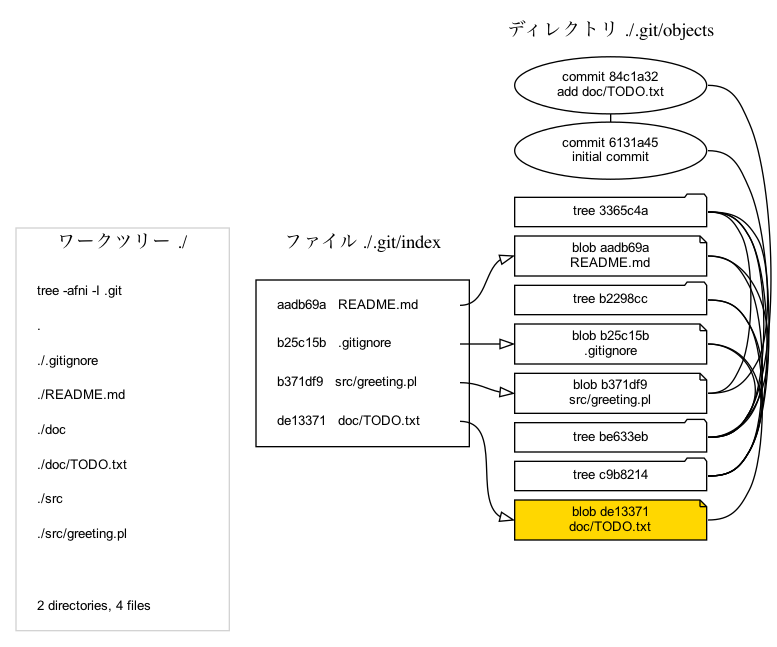
This is dessin/figure.png from kazurayam/kazurayam-git-repository-visitor, a Graphviz export, as it was before one commit. Its source is kept beside it as dessin/figure.dot. Source of this version:
```dot
digraph index {
	node [fillcolor=white fontname=arial fontsize=10 height=0.3 shape=note style=filled width=2]
	edge [arrowhead=onormal constraint=true fontname=arial fontsize=10]
	graph [layout=dot nodesep=0.3 rank=max rankdir=LR ranksep=0.5 splines=ortho]
	compound=true splines=true
	subgraph cluster_worktree {
		color=lightgrey label="ワークツリー ./"
		anchor_wt [label="" shape=point style=invis width=0]
		w_1 [label="tree -afni -I .git\l" color=white fillcolor=white fixedsize=false height=0.2 shape=rectangle]
		w_2 [label=".\l" color=white fillcolor=white fixedsize=false height=0.2 shape=rectangle]
		w_3 [label="./.gitignore\l" color=white fillcolor=white fixedsize=false height=0.2 shape=rectangle]
		w_4 [label="./README.md\l" color=white fillcolor=white fixedsize=false height=0.2 shape=rectangle]
		w_5 [label="./doc\l" color=white fillcolor=white fixedsize=false height=0.2 shape=rectangle]
		w_6 [label="./doc/TODO.txt\l" color=white fillcolor=white fixedsize=false height=0.2 shape=rectangle]
		w_7 [label="./src\l" color=white fillcolor=white fixedsize=false height=0.2 shape=rectangle]
		w_8 [label="./src/greeting.pl\l" color=white fillcolor=white fixedsize=false height=0.2 shape=rectangle]
		w_9 [label="\l" color=white fillcolor=white fixedsize=false height=0.2 shape=rectangle]
		w_10 [label="2 directories, 4 files\l" color=white fillcolor=white fixedsize=false height=0.2 shape=rectangle]
	}
	j_84c1a32 -> j_6131a45 [arrowhead=none constraint=false]
	subgraph cluster_objects {
		color=white label="ディレクトリ ./.git/objects"
		anchor_objects [shape=point style=invis width=0]
		j_3365c4a [label="tree 3365c4a" shape=folder]
		j_6131a45 [label="commit 6131a45\ninitial commit" shape=ellipse]
		j_84c1a32 [label="commit 84c1a32\nadd doc/TODO.txt" shape=ellipse]
		j_aadb69a [label="blob aadb69a\nREADME.md"]
		j_b2298cc [label="tree b2298cc" shape=folder]
		j_b25c15b [label="blob b25c15b\n.gitignore"]
		j_b371df9 [label="blob b371df9\nsrc/greeting.pl"]
		j_be633eb [label="tree be633eb" shape=folder]
		j_c9b8214 [label="tree c9b8214" shape=folder]
		j_de13371 [label="blob de13371\ndoc/TODO.txt"]
		j_84c1a32:e -> j_be633eb:e [arrowhead=none constraint=false]
		j_be633eb:e -> j_b25c15b:e [arrowhead=none constraint=false]
		j_be633eb:e -> j_aadb69a:e [arrowhead=none constraint=false]
		j_be633eb:e -> j_b2298cc:e [arrowhead=none constraint=false]
		j_be633eb:e -> j_3365c4a:e [arrowhead=none constraint=false]
		j_b2298cc:e -> j_de13371:e [arrowhead=none constraint=false]
		j_3365c4a:e -> j_b371df9:e [arrowhead=none constraint=false]
		j_6131a45:e -> j_c9b8214:e [arrowhead=none constraint=false]
		j_c9b8214:e -> j_b25c15b:e [arrowhead=none constraint=false]
		j_c9b8214:e -> j_aadb69a:e [arrowhead=none constraint=false]
		j_c9b8214:e -> j_3365c4a:e [arrowhead=none constraint=false]
		j_3365c4a:e -> j_b371df9:e [arrowhead=none constraint=false]
	}
	graph [nodesep=0.1]
	x_b25c15b:e -> j_b25c15b:w
	x_aadb69a:e -> j_aadb69a:w
	x_de13371:e -> j_de13371:w
	x_b371df9:e -> j_b371df9:w
	subgraph cluster_index {
		color=white label="ファイル ./.git/index"
		anchor_index [shape=point style=invis width=0]
		subgraph cluster_index_content {
			color=black label=""
			x_b25c15b [label="b25c15b   .gitignore\l" color=white shape=rectangle]
			x_aadb69a [label="aadb69a   README.md\l" color=white shape=rectangle]
			x_de13371 [label="de13371   doc/TODO.txt\l" color=white shape=rectangle]
			x_b371df9 [label="b371df9   src/greeting.pl\l" color=white shape=rectangle]
		}
	}
	anchor_wt -> anchor_index [lhead=cluster_index ltail=cluster_worktree style=invis]
	anchor_index -> anchor_objects [lhead=cluster_objects ltail=cluster_index style=invis]
	j_de13371 [fillcolor=gold]
}
```
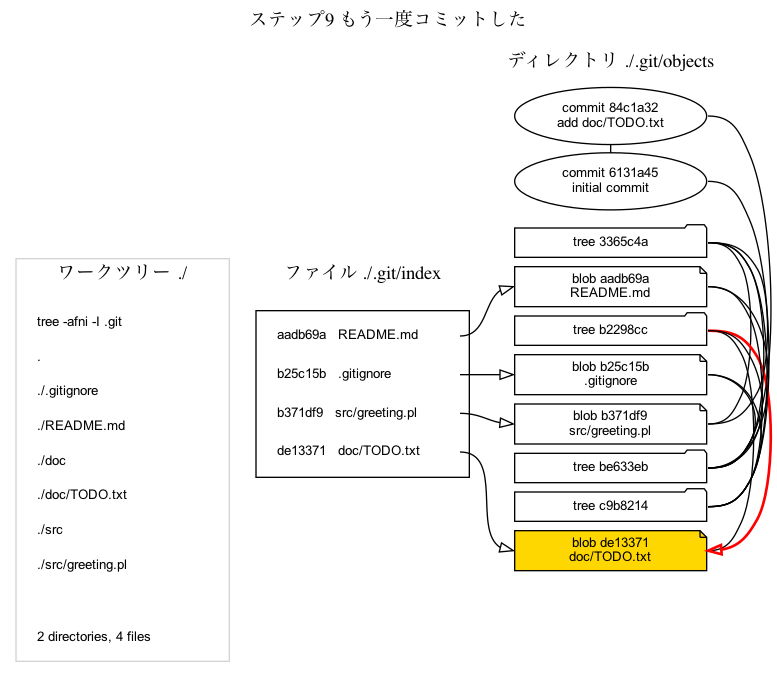
The same file after the commit.

What changed in the source:
```diff
@@ -1,4 +1,5 @@
 digraph index {
+    label="ステップ9 もう一度コミットした" labelloc="t"
 	node [fillcolor=white fontname=arial fontsize=10 height=0.3 shape=note style=filled width=2]
 	edge [arrowhead=onormal constraint=true fontname=arial fontsize=10]
 	graph [layout=dot nodesep=0.3 rank=max rankdir=LR ranksep=0.5 splines=ortho]
@@ -63,4 +64,6 @@
 	anchor_wt -> anchor_index [lhead=cluster_index ltail=cluster_worktree style=invis]
 	anchor_index -> anchor_objects [lhead=cluster_objects ltail=cluster_index style=invis]
 	j_de13371 [fillcolor=gold]
+
+    j_b2298cc:e -> j_de13371:e [constraint=false color=red style=bold]
 }
```
